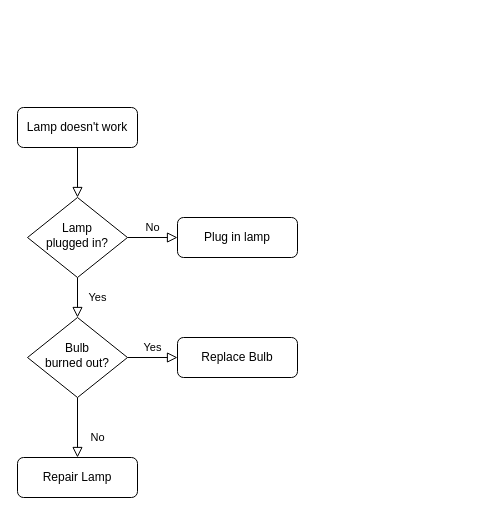
qin8948050/diagram keeps this draw.io diagram as paper/paper al流程.drawio. Above is the earlier version. Source tidied: cells renumbered, new cells numbered last; positions are measured from the earlier drawing's top-left corner, leaving out a move shared by most shapes. Both pictures are drawn from the tidied source at 100%, with x=0, y=0 at pixel (17, 107).
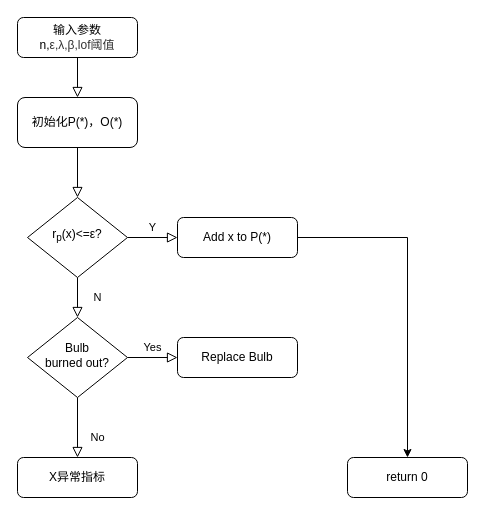
Above is the later version.

The edit, as a diff of the source:
```diff
@@
 <mxGraphModel>
   <root>
     <mxCell id="0" />
     <mxCell id="1" parent="0" />
-    <mxCell id="2" style="rounded=0;html=1;jettySize=auto;fontSize=11;endArrow=block;endFill=0;endSize=8;strokeWidth=1;shadow=0;labelBackgroundColor=none;edgeStyle=orthogonalEdgeStyle;" parent="1" edge="1" source="3" target="6">
-      <mxGeometry relative="1" as="geometry" />
-    </mxCell>
+    <mxCell id="13" style="edgeStyle=orthogonalEdgeStyle;rounded=0;hachureGap=4;jettySize=auto;html=1;exitX=0.5;exitY=1;exitDx=0;exitDy=0;entryX=0.5;entryY=0;entryDx=0;entryDy=0;fontFamily=Architects Daughter;fontSize=16;endArrow=block;endFill=0;endSize=8;" parent="1" edge="1" source="3" target="16">
+      <mxGeometry relative="1" as="geometry" />
+    </mxCell>
-    <mxCell id="3" value="Lamp doesn't work" style="rounded=1;whiteSpace=wrap;html=1;fontSize=12;glass=0;strokeWidth=1;shadow=0;" parent="1" vertex="1">
-      <mxGeometry width="120" height="40" as="geometry" />
+    <mxCell id="3" value="&lt;font style=&quot;font-size: 12px;&quot;&gt;输入参数&lt;br&gt;n,&lt;span style=&quot;color: rgb(51, 51, 51); font-family: &amp;quot;PingFang SC&amp;quot;, &amp;quot;Lantinghei SC&amp;quot;, &amp;quot;Microsoft YaHei&amp;quot;, arial, 宋体, sans-serif, tahoma; text-align: start; background-color: rgb(255, 255, 255);&quot;&gt;ε,&lt;/span&gt;&lt;span style=&quot;color: rgb(51, 51, 51); font-family: &amp;quot;PingFang SC&amp;quot;, &amp;quot;Lantinghei SC&amp;quot;, &amp;quot;Microsoft YaHei&amp;quot;, arial, 宋体, sans-serif, tahoma; text-align: start; background-color: rgb(255, 255, 255);&quot;&gt;λ,&lt;/span&gt;&lt;span style=&quot;color: rgb(51, 51, 51); font-family: &amp;quot;PingFang SC&amp;quot;, &amp;quot;Lantinghei SC&amp;quot;, &amp;quot;Microsoft YaHei&amp;quot;, arial, 宋体, sans-serif, tahoma; text-align: start; background-color: rgb(255, 255, 255);&quot;&gt;β,lof阈值&lt;/span&gt;&lt;/font&gt;" style="rounded=1;whiteSpace=wrap;html=1;fontSize=12;glass=0;strokeWidth=1;shadow=0;" parent="1" vertex="1">
+      <mxGeometry y="-90" width="120" height="40" as="geometry" />
     </mxCell>
-    <mxCell id="4" value="Yes" style="rounded=0;html=1;jettySize=auto;fontSize=11;endArrow=block;endFill=0;endSize=8;strokeWidth=1;shadow=0;labelBackgroundColor=none;edgeStyle=orthogonalEdgeStyle;" parent="1" edge="1" source="6" target="10">
+    <mxCell id="4" value="N" style="rounded=0;html=1;jettySize=auto;fontSize=11;endArrow=block;endFill=0;endSize=8;strokeWidth=1;shadow=0;labelBackgroundColor=none;edgeStyle=orthogonalEdgeStyle;" parent="1" edge="1" source="6" target="10">
       <mxGeometry y="20" relative="1" as="geometry" />
     </mxCell>
-    <mxCell id="5" value="No" style="edgeStyle=orthogonalEdgeStyle;rounded=0;html=1;jettySize=auto;fontSize=11;endArrow=block;endFill=0;endSize=8;strokeWidth=1;shadow=0;labelBackgroundColor=none;" parent="1" edge="1" source="6" target="7">
+    <mxCell id="5" value="Y" style="edgeStyle=orthogonalEdgeStyle;rounded=0;html=1;jettySize=auto;fontSize=11;endArrow=block;endFill=0;endSize=8;strokeWidth=1;shadow=0;labelBackgroundColor=none;" parent="1" edge="1" source="6" target="7">
       <mxGeometry y="10" relative="1" as="geometry" />
     </mxCell>
-    <mxCell id="6" value="Lamp&lt;br&gt;plugged in?" style="rhombus;whiteSpace=wrap;html=1;shadow=0;fontFamily=Helvetica;fontSize=12;align=center;strokeWidth=1;spacing=6;spacingTop=-4;" parent="1" vertex="1">
+    <mxCell id="6" value="r&lt;sub&gt;p&lt;/sub&gt;(x)&amp;lt;=ε?" style="rhombus;whiteSpace=wrap;html=1;shadow=0;fontFamily=Helvetica;fontSize=12;align=center;strokeWidth=1;spacing=6;spacingTop=-4;" parent="1" vertex="1">
       <mxGeometry x="10" y="90" width="100" height="80" as="geometry" />
     </mxCell>
+    <mxCell id="14" style="edgeStyle=orthogonalEdgeStyle;rounded=0;hachureGap=4;jettySize=auto;html=1;exitX=1;exitY=0.5;exitDx=0;exitDy=0;fontFamily=Architects Daughter;fontSize=16;" parent="1" edge="1" source="7" target="17">
+      <mxGeometry relative="1" as="geometry" />
+    </mxCell>
-    <mxCell id="7" value="Plug in lamp" style="rounded=1;whiteSpace=wrap;html=1;fontSize=12;glass=0;strokeWidth=1;shadow=0;" parent="1" vertex="1">
+    <mxCell id="7" value="Add x to P(*)" style="rounded=1;whiteSpace=wrap;html=1;fontSize=12;glass=0;strokeWidth=1;shadow=0;" parent="1" vertex="1">
       <mxGeometry x="160" y="110" width="120" height="40" as="geometry" />
     </mxCell>
     <mxCell id="8" value="No" style="rounded=0;html=1;jettySize=auto;fontSize=11;endArrow=block;endFill=0;endSize=8;strokeWidth=1;shadow=0;labelBackgroundColor=none;edgeStyle=orthogonalEdgeStyle;" parent="1" edge="1" source="10" target="11">
       <mxGeometry x="0.33" y="20" relative="1" as="geometry" />
     </mxCell>
     <mxCell id="9" value="Yes" style="edgeStyle=orthogonalEdgeStyle;rounded=0;html=1;jettySize=auto;fontSize=11;endArrow=block;endFill=0;endSize=8;strokeWidth=1;shadow=0;labelBackgroundColor=none;" parent="1" edge="1" source="10" target="12">
       <mxGeometry y="10" relative="1" as="geometry" />
     </mxCell>
     <mxCell id="10" value="Bulb&lt;br&gt;burned out?" style="rhombus;whiteSpace=wrap;html=1;shadow=0;fontFamily=Helvetica;fontSize=12;align=center;strokeWidth=1;spacing=6;spacingTop=-4;" parent="1" vertex="1">
       <mxGeometry x="10" y="210" width="100" height="80" as="geometry" />
     </mxCell>
-    <mxCell id="11" value="Repair Lamp" style="rounded=1;whiteSpace=wrap;html=1;fontSize=12;glass=0;strokeWidth=1;shadow=0;" parent="1" vertex="1">
+    <mxCell id="11" value="X异常指标" style="rounded=1;whiteSpace=wrap;html=1;fontSize=12;glass=0;strokeWidth=1;shadow=0;" parent="1" vertex="1">
       <mxGeometry y="350" width="120" height="40" as="geometry" />
     </mxCell>
     <mxCell id="12" value="Replace Bulb" style="rounded=1;whiteSpace=wrap;html=1;fontSize=12;glass=0;strokeWidth=1;shadow=0;" parent="1" vertex="1">
       <mxGeometry x="160" y="230" width="120" height="40" as="geometry" />
     </mxCell>
+    <mxCell id="15" style="edgeStyle=orthogonalEdgeStyle;rounded=0;hachureGap=4;jettySize=auto;html=1;exitX=0.5;exitY=1;exitDx=0;exitDy=0;fontFamily=Architects Daughter;fontSize=16;endArrow=block;endFill=0;endSize=8;" parent="1" edge="1" source="16" target="6">
+      <mxGeometry relative="1" as="geometry" />
+    </mxCell>
+    <mxCell id="16" value="初始化P(*)，O(*)" style="rounded=1;whiteSpace=wrap;html=1;fontSize=12;glass=0;strokeWidth=1;shadow=0;" parent="1" vertex="1">
+      <mxGeometry y="-10" width="120" height="50" as="geometry" />
+    </mxCell>
+    <mxCell id="17" value="return 0" style="rounded=1;whiteSpace=wrap;html=1;fontSize=12;glass=0;strokeWidth=1;shadow=0;" parent="1" vertex="1">
+      <mxGeometry x="330" y="350" width="120" height="40" as="geometry" />
+    </mxCell>
   </root>
 </mxGraphModel>
```
